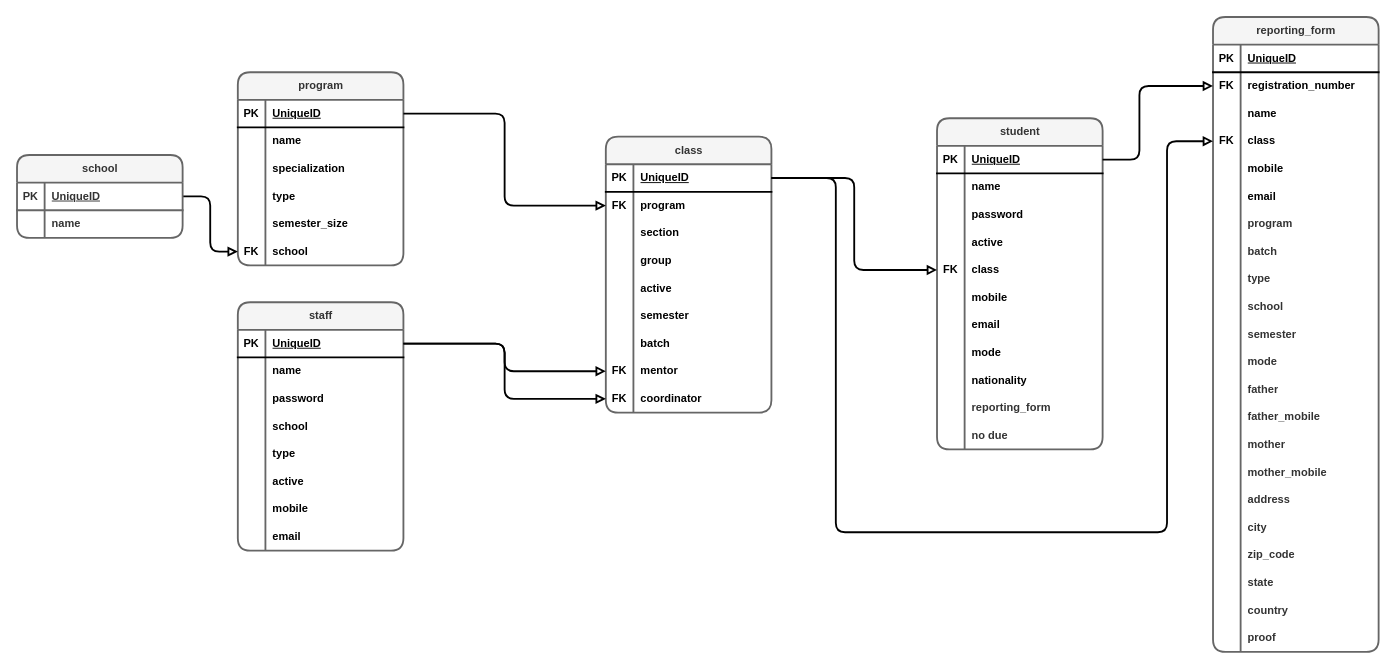
Above: app/sql/dbSchema.drawio in livleensinghchani/ctu-website (draw.io), before the change. Source tidied: cells renumbered, new cells numbered last; positions are measured from the earlier drawing's top-left corner, leaving out a move shared by most shapes. Both pictures are drawn from the tidied source at 92%, with x=0, y=0 at pixel (17, 17).
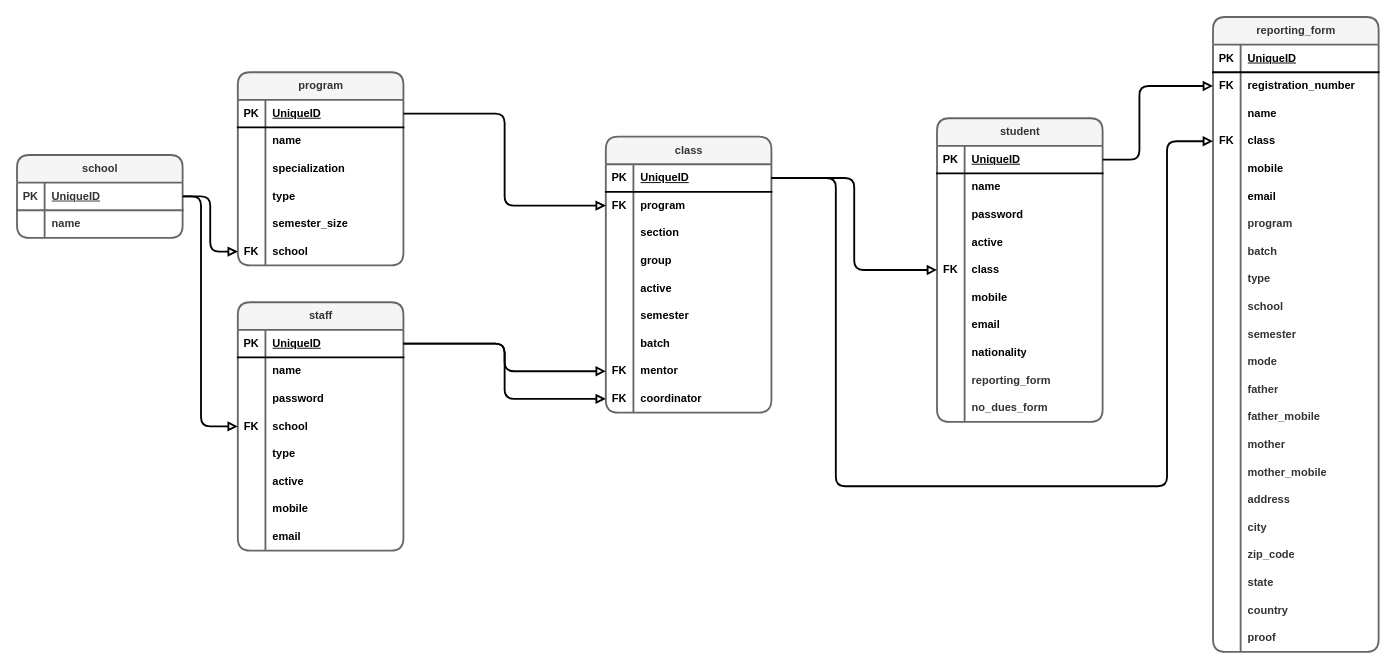
The same diagram, later.

The change refers to these unchanged cells:
```xml
<mxCell id="31" style="shape=tableRow;horizontal=0;startSize=0;swimlaneHead=0;swimlaneBody=0;fillColor=none;points=[[0,0.5],[1,0.5]];portConstraint=eastwest;top=0;left=0;right=0;bottom=0;rounded=1;strokeColor=default;strokeWidth=2;align=center;verticalAlign=middle;fontFamily=Helvetica;fontSize=12;fontColor=default;fontStyle=1;" parent="21" vertex="1">
  <mxGeometry y="120" width="180" height="30" as="geometry" />
</mxCell>
<mxCell id="47" style="shape=tableRow;horizontal=0;startSize=0;swimlaneHead=0;swimlaneBody=0;fillColor=none;points=[[0,0.5],[1,0.5]];portConstraint=eastwest;top=0;left=0;right=0;bottom=1;rounded=1;strokeColor=default;strokeWidth=2;align=center;verticalAlign=middle;fontFamily=Helvetica;fontSize=12;fontColor=default;fontStyle=1;" parent="46" vertex="1">
  <mxGeometry y="30" width="180" height="30" as="geometry" />
</mxCell>
<mxCell id="122" style="shape=tableRow;horizontal=0;startSize=0;swimlaneHead=0;swimlaneBody=0;fillColor=none;points=[[0,0.5],[1,0.5]];portConstraint=eastwest;top=0;left=0;right=0;bottom=0;rounded=1;strokeColor=default;strokeWidth=2;align=center;verticalAlign=middle;fontFamily=Helvetica;fontSize=12;fontColor=default;fontStyle=1;" parent="112" vertex="1">
  <mxGeometry y="120" width="180" height="30" as="geometry" />
</mxCell>
<mxCell id="183" style="shape=tableRow;horizontal=0;startSize=0;swimlaneHead=0;swimlaneBody=0;fillColor=none;points=[[0,0.5],[1,0.5]];portConstraint=eastwest;top=0;left=0;right=0;bottom=1;rounded=1;shadow=0;strokeColor=#666666;strokeWidth=2;align=center;verticalAlign=middle;fontFamily=Helvetica;fontSize=12;fontColor=#333333;fontStyle=1;" parent="182" vertex="1">
  <mxGeometry y="30" width="180" height="30" as="geometry" />
</mxCell>
```

Change to the diagram source:
```diff
@@
-    <mxCell id="32" style="shape=partialRectangle;fillColor=none;top=0;left=0;bottom=0;right=0;overflow=hidden;whiteSpace=wrap;html=1;rounded=1;strokeColor=default;strokeWidth=2;align=center;verticalAlign=middle;fontFamily=Helvetica;fontSize=12;fontColor=default;fontStyle=1;" parent="31" vertex="1">
+    <mxCell id="32" value="FK" style="shape=partialRectangle;fillColor=none;top=0;left=0;bottom=0;right=0;overflow=hidden;whiteSpace=wrap;html=1;rounded=1;strokeColor=default;strokeWidth=2;align=center;verticalAlign=middle;fontFamily=Helvetica;fontSize=12;fontColor=default;fontStyle=1;" parent="31" vertex="1">
       <mxGeometry width="30" height="30" as="geometry" />
     </mxCell>
@@
     <mxCell id="77" value="student" style="shape=table;startSize=30;childLayout=tableLayout;rowLines=0;fontStyle=1;align=center;html=1;rounded=1;strokeColor=#666666;strokeWidth=2;verticalAlign=middle;fontFamily=Helvetica;fontSize=12;fontColor=#333333;fillColor=#f5f5f5;" parent="1" vertex="1">
-      <mxGeometry x="1000" y="110" width="180" height="360" as="geometry" />
+      <mxGeometry x="1000" y="110" width="180" height="330" as="geometry" />
     </mxCell>
@@
-    <mxCell id="99" style="shape=tableRow;horizontal=0;startSize=0;swimlaneHead=0;swimlaneBody=0;fillColor=none;top=0;left=0;right=0;bottom=0;rounded=1;strokeColor=default;strokeWidth=2;align=center;verticalAlign=middle;fontFamily=Helvetica;fontSize=12;fontColor=default;fontStyle=1;" parent="77" vertex="1">
-      <mxGeometry y="240" width="180" height="30" as="geometry" />
-    </mxCell>
-    <mxCell id="100" style="shape=partialRectangle;fillColor=none;top=0;left=0;bottom=0;right=0;overflow=hidden;whiteSpace=wrap;html=1;rounded=1;strokeColor=default;strokeWidth=2;align=center;verticalAlign=middle;fontFamily=Helvetica;fontSize=12;fontColor=default;fontStyle=1;" parent="99" vertex="1">
-      <mxGeometry width="30" height="30" as="geometry" />
-    </mxCell>
-    <mxCell id="101" value="mode" style="shape=partialRectangle;fillColor=none;top=0;left=0;bottom=0;right=0;align=left;spacingLeft=6;overflow=hidden;whiteSpace=wrap;html=1;rounded=1;strokeColor=default;strokeWidth=2;verticalAlign=middle;fontFamily=Helvetica;fontSize=12;fontColor=default;fontStyle=1;" parent="99" vertex="1">
-      <mxGeometry x="30" width="150" height="30" as="geometry" />
-    </mxCell>
     <mxCell id="102" style="shape=tableRow;horizontal=0;startSize=0;swimlaneHead=0;swimlaneBody=0;fillColor=none;top=0;left=0;right=0;bottom=0;rounded=1;strokeColor=default;strokeWidth=2;align=center;verticalAlign=middle;fontFamily=Helvetica;fontSize=12;fontColor=default;fontStyle=1;" parent="77" vertex="1">
-      <mxGeometry y="270" width="180" height="30" as="geometry" />
+      <mxGeometry y="240" width="180" height="30" as="geometry" />
     </mxCell>
@@
     <mxCell id="105" style="shape=tableRow;horizontal=0;startSize=0;swimlaneHead=0;swimlaneBody=0;fillColor=none;top=0;left=0;right=0;bottom=0;rounded=1;strokeColor=default;strokeWidth=2;align=center;verticalAlign=middle;fontFamily=Helvetica;fontSize=12;fontColor=default;fontStyle=1;" parent="77" vertex="1">
-      <mxGeometry y="300" width="180" height="30" as="geometry" />
+      <mxGeometry y="270" width="180" height="30" as="geometry" />
     </mxCell>
@@
     <mxCell id="108" style="shape=tableRow;horizontal=0;startSize=0;swimlaneHead=0;swimlaneBody=0;fillColor=none;top=0;left=0;right=0;bottom=0;rounded=1;strokeColor=default;strokeWidth=2;align=center;verticalAlign=middle;fontFamily=Helvetica;fontSize=12;fontColor=default;fontStyle=1;" parent="77" vertex="1">
-      <mxGeometry y="330" width="180" height="30" as="geometry" />
+      <mxGeometry y="300" width="180" height="30" as="geometry" />
     </mxCell>
@@
-    <mxCell id="110" value="&lt;span style=&quot;color: rgb(51, 51, 51); text-align: center; text-wrap: nowrap;&quot;&gt;no due&lt;/span&gt;" style="shape=partialRectangle;fillColor=none;top=0;left=0;bottom=0;right=0;align=left;spacingLeft=6;overflow=hidden;whiteSpace=wrap;html=1;rounded=1;strokeColor=default;strokeWidth=2;verticalAlign=middle;fontFamily=Helvetica;fontSize=12;fontColor=default;fontStyle=1;" parent="108" vertex="1">
+    <mxCell id="110" value="&lt;span style=&quot;color: rgb(51, 51, 51); text-align: center; text-wrap: nowrap;&quot;&gt;no_dues_form&lt;/span&gt;" style="shape=partialRectangle;fillColor=none;top=0;left=0;bottom=0;right=0;align=left;spacingLeft=6;overflow=hidden;whiteSpace=wrap;html=1;rounded=1;strokeColor=default;strokeWidth=2;verticalAlign=middle;fontFamily=Helvetica;fontSize=12;fontColor=default;fontStyle=1;" parent="108" vertex="1">
       <mxGeometry x="30" width="150" height="30" as="geometry" />
     </mxCell>
@@
     <mxCell id="180" style="edgeStyle=orthogonalEdgeStyle;curved=0;rounded=1;jumpStyle=arc;jumpSize=10;jettySize=auto;html=1;exitX=1;exitY=0.5;exitDx=0;exitDy=0;strokeColor=default;strokeWidth=2;align=center;verticalAlign=middle;fontFamily=Helvetica;fontSize=12;fontColor=#333333;fontStyle=1;labelBackgroundColor=default;endArrow=block;endFill=0;" parent="1" edge="1" source="47" target="122">
       <mxGeometry relative="1" as="geometry">
         <Array as="points">
           <mxPoint x="890" y="175" />
-          <mxPoint x="890" y="560" />
-          <mxPoint x="1250" y="560" />
+          <mxPoint x="890" y="510" />
+          <mxPoint x="1250" y="510" />
           <mxPoint x="1250" y="135" />
         </Array>
       </mxGeometry>
     </mxCell>
@@
+    <mxCell id="189" style="edgeStyle=orthogonalEdgeStyle;curved=0;rounded=1;jumpStyle=arc;jumpSize=10;jettySize=auto;html=1;exitX=1;exitY=0.5;exitDx=0;exitDy=0;strokeColor=default;strokeWidth=2;align=center;verticalAlign=middle;fontFamily=Helvetica;fontSize=12;fontColor=#333333;fontStyle=1;labelBackgroundColor=default;endArrow=block;endFill=0;" parent="1" edge="1" source="183" target="31">
+      <mxGeometry relative="1" as="geometry">
+        <Array as="points">
+          <mxPoint x="200" y="195" />
+          <mxPoint x="200" y="445" />
+        </Array>
+      </mxGeometry>
+    </mxCell>
```
